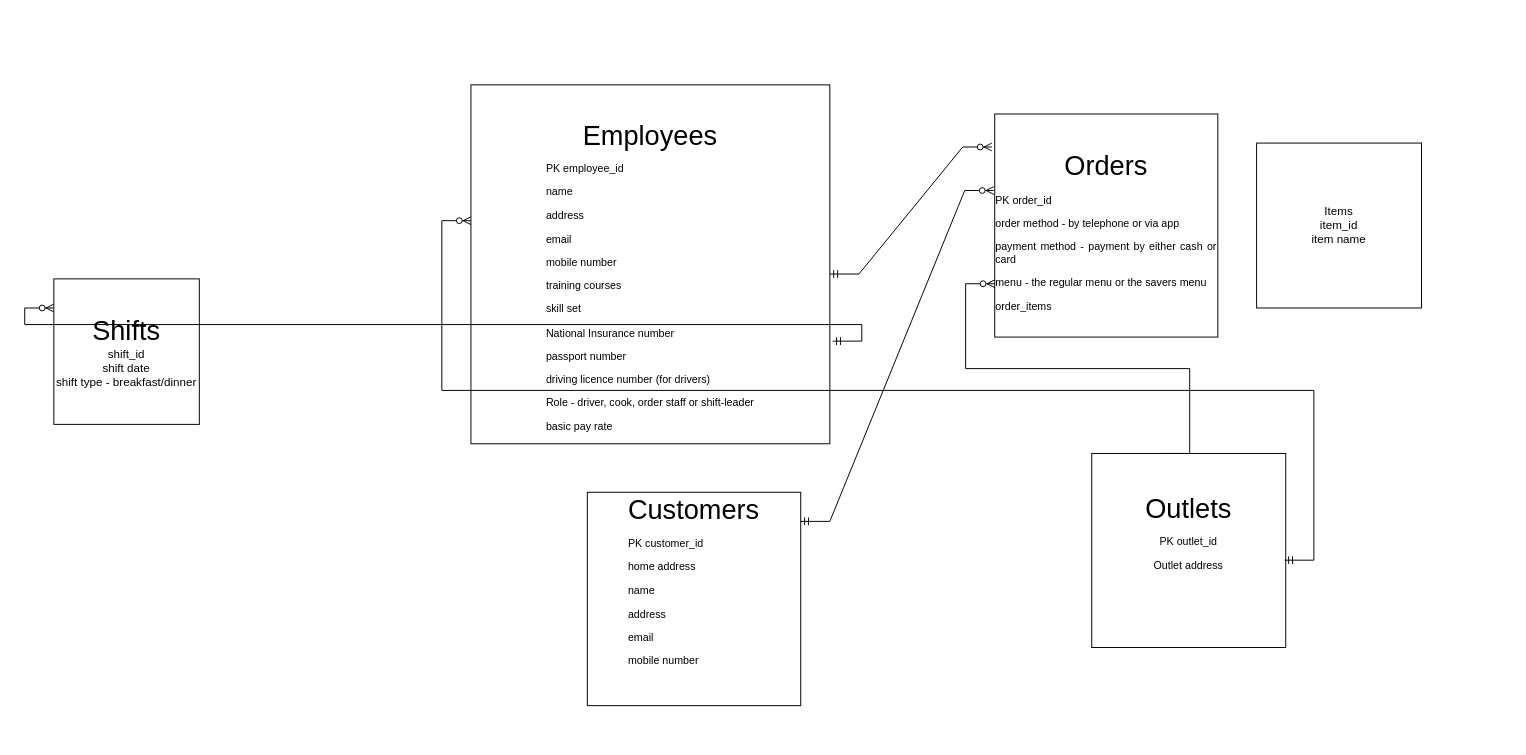
Before: Untitled Diagram.drawio in yuliiabosher/Relational-databases, a draw.io diagram. Source tidied: cells renumbered, new cells numbered last; positions are measured from the earlier drawing's top-left corner, leaving out a move shared by most shapes. Both pictures are drawn from the tidied source at 97%, with x=0, y=0 at pixel (53, 84).
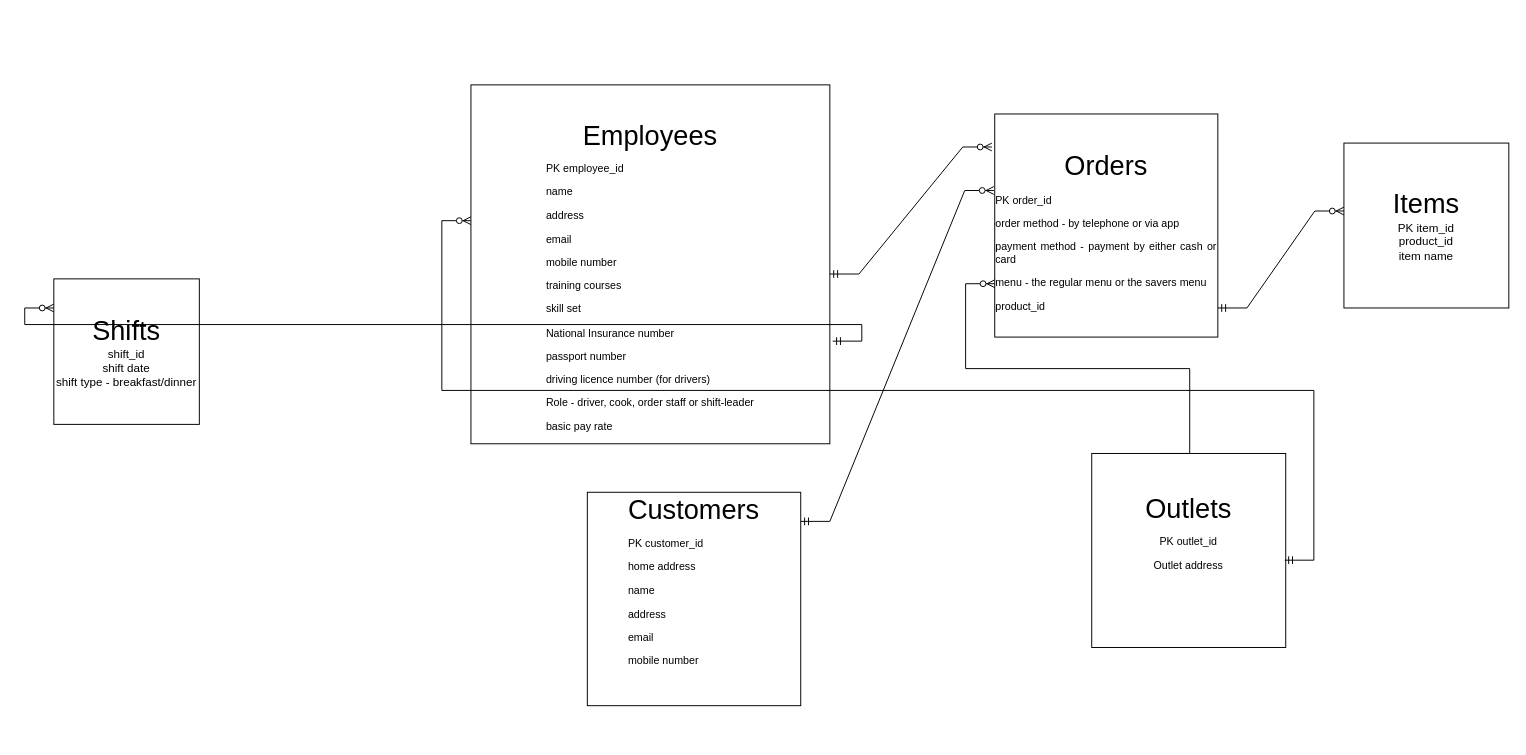
The same diagram, later.

Change to the diagram source:
```diff
@@
-    <mxCell id="5" value="&lt;p style=&quot;text-align: center;&quot;&gt;&lt;br&gt;&lt;/p&gt;&lt;p style=&quot;text-align: center;&quot;&gt;&lt;br&gt;&lt;/p&gt;&lt;p style=&quot;text-align: center;&quot;&gt;&lt;br&gt;&lt;/p&gt;&lt;p style=&quot;text-align: center;&quot;&gt;&lt;br&gt;&lt;/p&gt;&lt;p style=&quot;text-align: center;&quot;&gt;&lt;br&gt;&lt;/p&gt;&lt;p style=&quot;text-align: center;&quot;&gt;&lt;font style=&quot;font-size: 28px;&quot;&gt;Orders&lt;/font&gt; &lt;/p&gt;&lt;p style=&quot;text-align: justify; font-size: 11px;&quot;&gt;&lt;font style=&quot;font-size: 11px;&quot;&gt;&lt;span style=&quot;font-family: Calibri;&quot;&gt;PK order_id&lt;/span&gt;&lt;/font&gt;&lt;/p&gt;&lt;p style=&quot;text-align: justify; font-size: 11px;&quot;&gt;&lt;font style=&quot;font-size: 11px;&quot;&gt;&lt;span style=&quot;font-family: Calibri;&quot;&gt;order method - by telephone or via app &lt;/span&gt;&lt;/font&gt;&lt;/p&gt;&lt;p style=&quot;text-align: justify; font-size: 11px;&quot;&gt;&lt;font style=&quot;font-size: 11px;&quot;&gt;&lt;span style=&quot;font-family: Calibri;&quot;&gt;payment method - payment by either cash or card&lt;/span&gt;&lt;/font&gt;&lt;/p&gt;&lt;p style=&quot;text-align: justify; font-size: 11px;&quot;&gt;&lt;font style=&quot;font-size: 11px;&quot;&gt;&lt;span style=&quot;font-family: Calibri;&quot;&gt;menu - the regular menu or the savers menu&lt;/span&gt;&lt;/font&gt;&lt;/p&gt;&lt;p style=&quot;text-align: justify; font-size: 11px;&quot;&gt;&lt;font style=&quot;font-size: 11px;&quot;&gt;&lt;span style=&quot;font-family: Calibri;&quot;&gt;order_items&lt;/span&gt;&lt;/font&gt;&lt;/p&gt;&lt;p style=&quot;text-align: justify;&quot;&gt;&lt;br&gt;&lt;/p&gt;&lt;p style=&quot;text-align: justify;&quot;&gt;&lt;br&gt;&lt;/p&gt;&lt;p style=&quot;text-align: center;&quot;&gt;&lt;br&gt;&lt;/p&gt;&lt;p style=&quot;text-align: center;&quot;&gt;&lt;br&gt;&lt;br&gt;&lt;/p&gt;" style="whiteSpace=wrap;html=1;" parent="1" vertex="1">
+    <mxCell id="5" value="&lt;p style=&quot;text-align: center;&quot;&gt;&lt;br&gt;&lt;/p&gt;&lt;p style=&quot;text-align: center;&quot;&gt;&lt;br&gt;&lt;/p&gt;&lt;p style=&quot;text-align: center;&quot;&gt;&lt;br&gt;&lt;/p&gt;&lt;p style=&quot;text-align: center;&quot;&gt;&lt;br&gt;&lt;/p&gt;&lt;p style=&quot;text-align: center;&quot;&gt;&lt;br&gt;&lt;/p&gt;&lt;p style=&quot;text-align: center;&quot;&gt;&lt;font style=&quot;font-size: 28px;&quot;&gt;Orders&lt;/font&gt; &lt;/p&gt;&lt;p style=&quot;text-align: justify; font-size: 11px;&quot;&gt;&lt;font style=&quot;font-size: 11px;&quot;&gt;&lt;span style=&quot;font-family: Calibri;&quot;&gt;PK order_id&lt;/span&gt;&lt;/font&gt;&lt;/p&gt;&lt;p style=&quot;text-align: justify; font-size: 11px;&quot;&gt;&lt;font style=&quot;font-size: 11px;&quot;&gt;&lt;span style=&quot;font-family: Calibri;&quot;&gt;order method - by telephone or via app &lt;/span&gt;&lt;/font&gt;&lt;/p&gt;&lt;p style=&quot;text-align: justify; font-size: 11px;&quot;&gt;&lt;font style=&quot;font-size: 11px;&quot;&gt;&lt;span style=&quot;font-family: Calibri;&quot;&gt;payment method - payment by either cash or card&lt;/span&gt;&lt;/font&gt;&lt;/p&gt;&lt;p style=&quot;text-align: justify; font-size: 11px;&quot;&gt;&lt;font style=&quot;font-size: 11px;&quot;&gt;&lt;span style=&quot;font-family: Calibri;&quot;&gt;menu - the regular menu or the savers menu&lt;/span&gt;&lt;/font&gt;&lt;/p&gt;&lt;p style=&quot;text-align: justify; font-size: 11px;&quot;&gt;&lt;font style=&quot;font-size: 11px;&quot;&gt;&lt;span style=&quot;font-family: Calibri;&quot;&gt;product_id&lt;/span&gt;&lt;/font&gt;&lt;/p&gt;&lt;p style=&quot;text-align: justify;&quot;&gt;&lt;br&gt;&lt;/p&gt;&lt;p style=&quot;text-align: justify;&quot;&gt;&lt;br&gt;&lt;/p&gt;&lt;p style=&quot;text-align: center;&quot;&gt;&lt;br&gt;&lt;/p&gt;&lt;p style=&quot;text-align: center;&quot;&gt;&lt;br&gt;&lt;br&gt;&lt;/p&gt;" style="whiteSpace=wrap;html=1;" parent="1" vertex="1">
       <mxGeometry x="970" y="30" width="230" height="230" as="geometry" />
     </mxCell>
@@
-    <mxCell id="9" value="&lt;div&gt;Items&lt;/div&gt;&lt;div&gt;item_id&lt;/div&gt;&lt;div&gt;item name&lt;br&gt;&lt;/div&gt;" style="whiteSpace=wrap;html=1;" parent="1" vertex="1">
-      <mxGeometry x="1240" y="60" width="170" height="170" as="geometry" />
+    <mxCell id="9" value="&lt;div style=&quot;font-size: 13px;&quot;&gt;&lt;font style=&quot;font-size: 28px;&quot;&gt;Items&lt;/font&gt;&lt;/div&gt;&lt;div&gt;PK item_id&lt;br&gt;&lt;/div&gt;&lt;div&gt;product_id&lt;br&gt;&lt;/div&gt;&lt;div&gt;item name&lt;br&gt;&lt;/div&gt;" style="whiteSpace=wrap;html=1;" parent="1" vertex="1">
+      <mxGeometry x="1330" y="60" width="170" height="170" as="geometry" />
     </mxCell>
@@
+    <mxCell id="13" style="edgeStyle=entityRelationEdgeStyle;fontSize=12;html=1;endArrow=ERzeroToMany;startArrow=ERmandOne;rounded=0;entryX=0;entryY=0.412;entryDx=0;entryDy=0;entryPerimeter=0;" parent="1" edge="1" target="9">
+      <mxGeometry relative="1" as="geometry">
+        <mxPoint x="1200" y="230" as="sourcePoint" />
+      </mxGeometry>
+    </mxCell>
```
